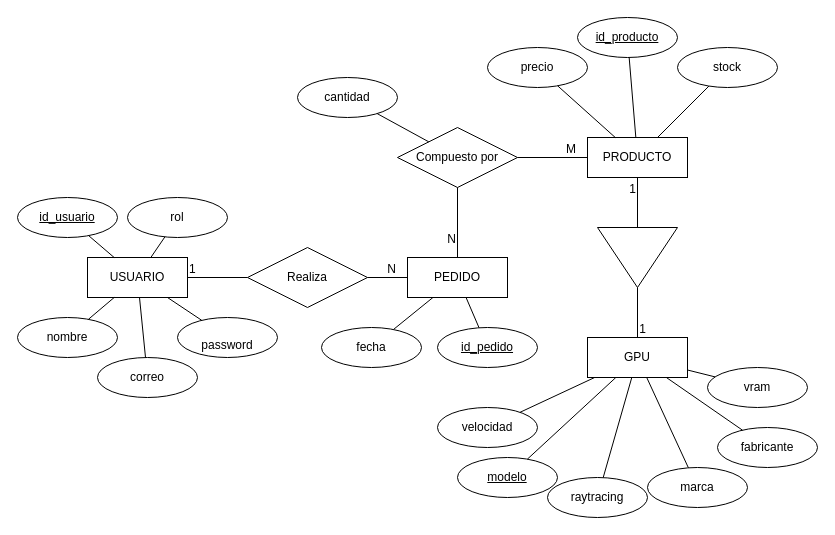
sgutierrezbe/Proyecto-Fundamentos-SI-Grupo-15 keeps this draw.io diagram as E-R.drawio. Above is the earlier version. Source tidied: cells renumbered, new cells numbered last; positions are measured from the earlier drawing's top-left corner, leaving out a move shared by most shapes. Both pictures are drawn from the tidied source at 100%, with x=0, y=0 at pixel (17, 17).
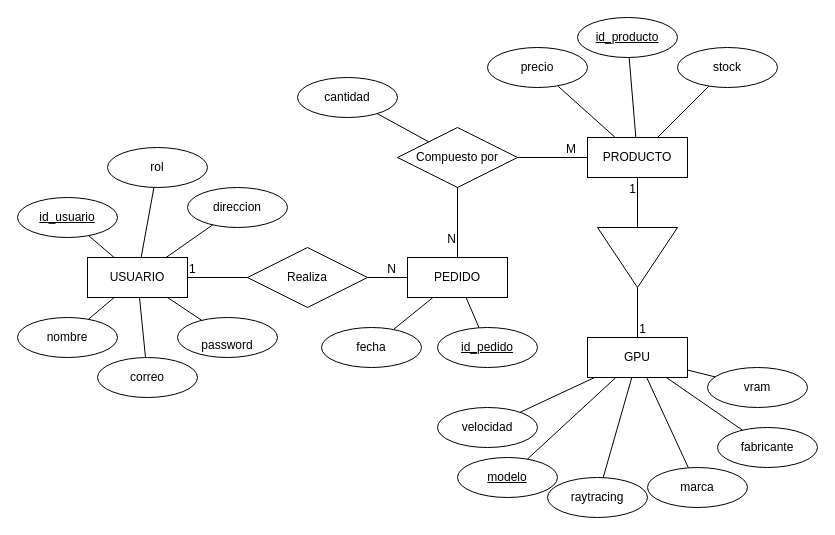
Above is the later version.

The change refers to these unchanged cells:
```xml
<mxCell id="2" value="USUARIO" style="whiteSpace=wrap;html=1;align=center;" parent="1" vertex="1">
  <mxGeometry x="70" y="240" width="100" height="40" as="geometry" />
</mxCell>
```

Diff of the diagram source:
```diff
@@
     <mxCell id="13" value="rol" style="ellipse;whiteSpace=wrap;html=1;align=center;" parent="1" vertex="1">
-      <mxGeometry x="110" y="180" width="100" height="40" as="geometry" />
+      <mxGeometry x="90" y="130" width="100" height="40" as="geometry" />
     </mxCell>
@@
+    <mxCell id="59" value="direccion" style="ellipse;whiteSpace=wrap;html=1;align=center;" parent="1" vertex="1">
+      <mxGeometry x="170" y="170" width="100" height="40" as="geometry" />
+    </mxCell>
+    <mxCell id="60" style="endArrow=none;html=1;rounded=0;" parent="1" edge="1" source="2" target="59">
+      <mxGeometry relative="1" as="geometry" />
+    </mxCell>
```
